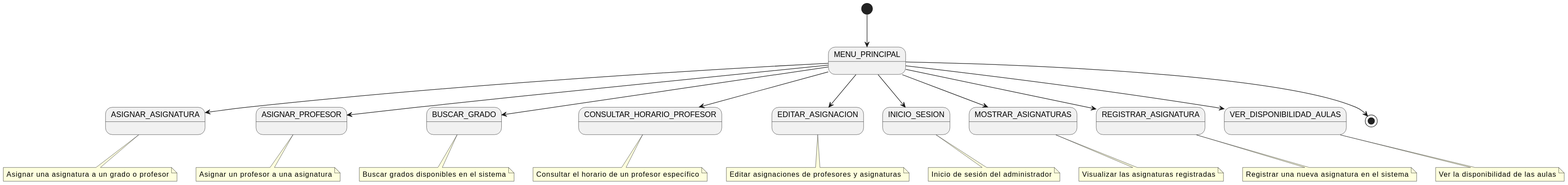
Before: casosDeUso/diagramaDeContexto/DiagramaDeContexto.svg, a diagram exported from PlantUML (mmasias/24-25-IdSw1-SDR).
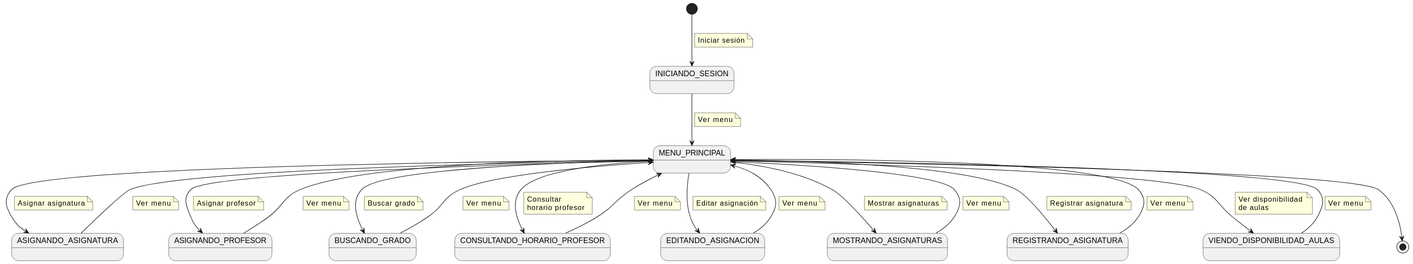
The same diagram one commit later.

Commit message:
Diagrama de contexto actualizado y caso de uso InicioSesion cambiado a IniciarSesion

The edit, as a diff of the source:
```diff
@@ -1,62 +1,88 @@
 @startuml
-[*] --> MENU_PRINCIPAL
+[*] --> INICIANDO_SESION
+    note on link
+        Iniciar sesión
+    end note
+INICIANDO_SESION --> MENU_PRINCIPAL
+    note on link
+        Ver menu
+    end note
+MENU_PRINCIPAL --> ASIGNANDO_ASIGNATURA
+    note on link
+        Asignar asignatura
+    end note
+ASIGNANDO_ASIGNATURA --> MENU_PRINCIPAL
+    note on link
+        Ver menu
+    end note
+MENU_PRINCIPAL --> ASIGNANDO_PROFESOR
+    note on link
+        Asignar profesor
+    end note
+ASIGNANDO_PROFESOR --> MENU_PRINCIPAL
+    note on link
+        Ver menu
+    end note
 
-state MENU_PRINCIPAL {
-  MENU_PRINCIPAL --> ASIGNAR_ASIGNATURA
-  MENU_PRINCIPAL --> ASIGNAR_PROFESOR
-  MENU_PRINCIPAL --> BUSCAR_GRADO
-  MENU_PRINCIPAL --> CONSULTAR_HORARIO_PROFESOR
-  MENU_PRINCIPAL --> EDITAR_ASIGNACION
-  MENU_PRINCIPAL --> INICIO_SESION
-  MENU_PRINCIPAL --> MOSTRAR_ASIGNATURAS
-  MENU_PRINCIPAL --> REGISTRAR_ASIGNATURA
-  MENU_PRINCIPAL --> VER_DISPONIBILIDAD_AULAS
-}
+MENU_PRINCIPAL --> BUSCANDO_GRADO
+    note on link
+        Buscar grado
+    end note
 
-state ASIGNAR_ASIGNATURA
-note bottom of ASIGNAR_ASIGNATURA
-  Asignar una asignatura a un grado o profesor
-end note
+BUSCANDO_GRADO --> MENU_PRINCIPAL
+    note on link
+        Ver menu
+    end note
 
-state ASIGNAR_PROFESOR
-note bottom of ASIGNAR_PROFESOR
-  Asignar un profesor a una asignatura
-end note
+MENU_PRINCIPAL --> CONSULTANDO_HORARIO_PROFESOR
+    note on link
+        Consultar
+        horario profesor
+    end note
 
-state BUSCAR_GRADO
-note bottom of BUSCAR_GRADO
-  Buscar grados disponibles en el sistema
-end note
+CONSULTANDO_HORARIO_PROFESOR --> MENU_PRINCIPAL
+    note on link
+        Ver menu
+    end note
 
-state CONSULTAR_HORARIO_PROFESOR
-note bottom of CONSULTAR_HORARIO_PROFESOR
-  Consultar el horario de un profesor específico
-end note
+MENU_PRINCIPAL --> EDITANDO_ASIGNACION
+    note on link
+        Editar asignación
+    end note
 
-state EDITAR_ASIGNACION
-note bottom of EDITAR_ASIGNACION
-  Editar asignaciones de profesores y asignaturas
-end note
+EDITANDO_ASIGNACION --> MENU_PRINCIPAL
+    note on link
+        Ver menu
+    end note
+MENU_PRINCIPAL --> MOSTRANDO_ASIGNATURAS
+    note on link
+        Mostrar asignaturas
+    end note
 
-state INICIO_SESION
-note bottom of INICIO_SESION
-  Inicio de sesión del administrador
-end note
+MOSTRANDO_ASIGNATURAS --> MENU_PRINCIPAL
+    note on link
+        Ver menu
+    end note
+MENU_PRINCIPAL --> REGISTRANDO_ASIGNATURA
+    note on link
+        Registrar asignatura
+    end note
 
-state MOSTRAR_ASIGNATURAS
-note bottom of MOSTRAR_ASIGNATURAS
-  Visualizar las asignaturas registradas
-end note
+REGISTRANDO_ASIGNATURA --> MENU_PRINCIPAL
+    note on link
+        Ver menu
+    end note
 
-state REGISTRAR_ASIGNATURA
-note bottom of REGISTRAR_ASIGNATURA
-  Registrar una nueva asignatura en el sistema
-end note
+MENU_PRINCIPAL --> VIENDO_DISPONIBILIDAD_AULAS
+    note on link
+        Ver disponibilidad
+        de aulas
+    end note
 
-state VER_DISPONIBILIDAD_AULAS
-note bottom of VER_DISPONIBILIDAD_AULAS
-  Ver la disponibilidad de las aulas
-end note
+VIENDO_DISPONIBILIDAD_AULAS --> MENU_PRINCIPAL
+    note on link
+        Ver menu
+    end note
 
 MENU_PRINCIPAL --> [*]
 @enduml
```
